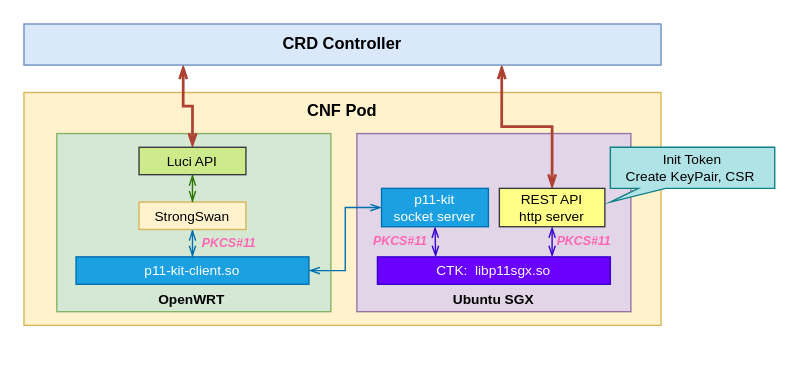
Earlier version of the draw.io diagram page "ipsec-sgx" (1 of 3) of pkcs11-forward.drawio (Airren/ByteGopherComment). Source tidied: cells renumbered, new cells numbered last; positions are measured from the earlier drawing's top-left corner, leaving out a move shared by most shapes. Both pictures are drawn from the tidied source at 137%, with x=0, y=0 at pixel (23, 23).
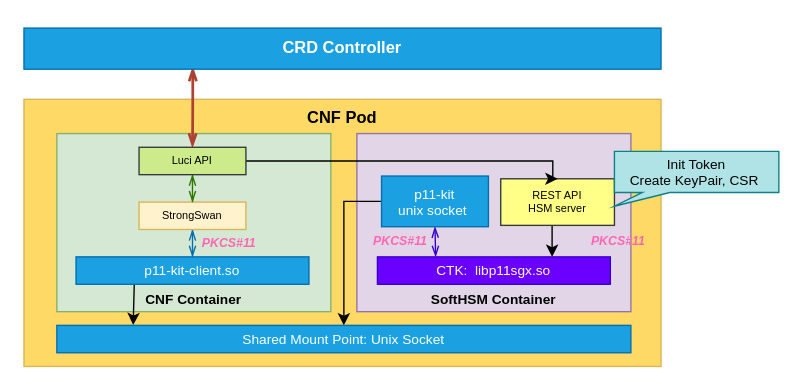
After the change.

The change refers to these unchanged cells:
```xml
<mxCell id="8" value="CTK:&amp;nbsp; libp11sgx.so" style="rounded=0;whiteSpace=wrap;html=1;verticalAlign=middle;fontSize=10;fillColor=#6a00ff;fontColor=#ffffff;strokeColor=#3700CC;" parent="1" vertex="1">
  <mxGeometry x="258" y="170" width="170" height="20" as="geometry" />
</mxCell>
<mxCell id="14" value="p11-kit-client.so" style="rounded=0;whiteSpace=wrap;html=1;verticalAlign=middle;fontSize=10;fillColor=#1ba1e2;fontColor=#ffffff;strokeColor=#006EAF;" parent="1" vertex="1">
  <mxGeometry x="38" y="170" width="170" height="20" as="geometry" />
</mxCell>
```

Change to the diagram source:
```diff
@@
-    <mxCell id="2" value="CNF Pod" style="rounded=0;whiteSpace=wrap;html=1;verticalAlign=top;fontStyle=1;fillColor=#fff2cc;strokeColor=#d6b656;" parent="1" vertex="1">
-      <mxGeometry y="50" width="465" height="170" as="geometry" />
+    <mxCell id="2" value="CNF Pod" style="rounded=0;whiteSpace=wrap;html=1;verticalAlign=top;fontStyle=1;fillColor=#FFD966;strokeColor=#d6b656;" parent="1" vertex="1">
+      <mxGeometry y="55" width="465" height="195" as="geometry" />
     </mxCell>
-    <mxCell id="3" value="Ubuntu SGX" style="rounded=0;whiteSpace=wrap;html=1;verticalAlign=bottom;fontSize=10;fillColor=#e1d5e7;strokeColor=#9673a6;fontStyle=1;" parent="1" vertex="1">
+    <mxCell id="3" value="SoftHSM Container" style="rounded=0;whiteSpace=wrap;html=1;verticalAlign=bottom;fontSize=10;fillColor=#e1d5e7;strokeColor=#9673a6;fontStyle=1;" parent="1" vertex="1">
       <mxGeometry x="243" y="80" width="200" height="130" as="geometry" />
     </mxCell>
-    <mxCell id="4" value="OpenWRT&amp;nbsp;" style="rounded=0;whiteSpace=wrap;html=1;verticalAlign=bottom;fontSize=10;fillColor=#d5e8d4;strokeColor=#82b366;fontStyle=1;" parent="1" vertex="1">
+    <mxCell id="4" value="CNF Container" style="rounded=0;whiteSpace=wrap;html=1;verticalAlign=bottom;fontSize=10;fillColor=#d5e8d4;strokeColor=#82b366;fontStyle=1;" parent="1" vertex="1">
       <mxGeometry x="24" y="80" width="200" height="130" as="geometry" />
     </mxCell>
-    <mxCell id="5" style="edgeStyle=orthogonalEdgeStyle;rounded=0;jettySize=auto;html=1;exitX=0.25;exitY=1;exitDx=0;exitDy=0;entryX=0.5;entryY=0;entryDx=0;entryDy=0;fontSize=10;startArrow=openThin;startFill=0;endArrow=openThin;endFill=0;fillColor=#fad9d5;strokeColor=#ae4132;fontStyle=1;strokeWidth=2;" parent="1" edge="1" source="7" target="18">
+    <mxCell id="5" style="edgeStyle=orthogonalEdgeStyle;rounded=0;jettySize=auto;html=1;exitX=0.265;exitY=0.952;exitDx=0;exitDy=0;entryX=0.5;entryY=0;entryDx=0;entryDy=0;fontSize=10;startArrow=openThin;startFill=0;endArrow=openThin;endFill=0;fillColor=#fad9d5;strokeColor=#ae4132;fontStyle=1;strokeWidth=2;exitPerimeter=0;" parent="1" edge="1" source="7" target="18">
       <mxGeometry relative="1" as="geometry" />
     </mxCell>
-    <mxCell id="6" style="edgeStyle=orthogonalEdgeStyle;rounded=0;jettySize=auto;html=1;exitX=0.75;exitY=1;exitDx=0;exitDy=0;fontSize=10;startArrow=openThin;startFill=0;endArrow=openThin;endFill=0;fillColor=#fad9d5;strokeColor=#ae4132;strokeWidth=2;" parent="1" edge="1" source="7" target="12">
-      <mxGeometry relative="1" as="geometry" />
-    </mxCell>
-    <mxCell id="7" value="CRD Controller" style="rounded=0;whiteSpace=wrap;html=1;fillColor=#dae8fc;strokeColor=#6c8ebf;fontStyle=1;" parent="1" vertex="1">
-      <mxGeometry width="465" height="30" as="geometry" />
+    <mxCell id="7" value="CRD Controller" style="rounded=0;whiteSpace=wrap;html=1;fillColor=#1ba1e2;strokeColor=#006EAF;fontStyle=1;fontColor=#ffffff;" parent="1" vertex="1">
+      <mxGeometry y="3" width="465" height="30" as="geometry" />
     </mxCell>
@@
+    <mxCell id="23" style="edgeStyle=orthogonalEdgeStyle;rounded=0;jettySize=auto;html=1;exitX=0;exitY=0.5;exitDx=0;exitDy=0;" parent="1" edge="1" source="10" target="26">
+      <mxGeometry relative="1" as="geometry" />
+    </mxCell>
-    <mxCell id="10" value="p11-kit &lt;br&gt;socket server" style="rounded=0;whiteSpace=wrap;html=1;verticalAlign=middle;fontSize=10;fillColor=#1ba1e2;fontColor=#ffffff;strokeColor=#006EAF;" parent="1" vertex="1">
-      <mxGeometry x="261" y="120" width="78" height="28" as="geometry" />
+    <mxCell id="10" value="p11-kit &lt;br&gt;unix socket&amp;nbsp;" style="rounded=0;whiteSpace=wrap;html=1;verticalAlign=middle;fontSize=10;fillColor=#1ba1e2;fontColor=#ffffff;strokeColor=#006EAF;" parent="1" vertex="1">
+      <mxGeometry x="261" y="111" width="78" height="37" as="geometry" />
     </mxCell>
-    <mxCell id="11" style="edgeStyle=orthogonalEdgeStyle;rounded=0;jettySize=auto;html=1;exitX=0.5;exitY=1;exitDx=0;exitDy=0;entryX=0.75;entryY=0;entryDx=0;entryDy=0;fontSize=10;startArrow=openThin;startFill=0;endArrow=openThin;endFill=0;strokeWidth=1;fillColor=#6a00ff;strokeColor=#3700CC;" parent="1" edge="1" source="12" target="8">
+    <mxCell id="11" style="edgeStyle=orthogonalEdgeStyle;rounded=0;jettySize=auto;html=1;exitX=0.5;exitY=1;exitDx=0;exitDy=0;entryX=0.75;entryY=0;entryDx=0;entryDy=0;fontSize=10;" parent="1" edge="1" source="12" target="8">
       <mxGeometry relative="1" as="geometry" />
     </mxCell>
-    <mxCell id="12" value="REST API &lt;br&gt;http server" style="rounded=0;whiteSpace=wrap;html=1;verticalAlign=middle;fontSize=10;fillColor=#ffff88;strokeColor=#36393d;" parent="1" vertex="1">
-      <mxGeometry x="347" y="120" width="77" height="28" as="geometry" />
+    <mxCell id="12" value="REST API &lt;br style=&quot;font-size: 8px;&quot;&gt;HSM server" style="rounded=0;whiteSpace=wrap;html=1;verticalAlign=middle;fontSize=8;fillColor=#ffff88;strokeColor=#36393d;" parent="1" vertex="1">
+      <mxGeometry x="348" y="113" width="83" height="34" as="geometry" />
     </mxCell>
-    <mxCell id="13" style="edgeStyle=orthogonalEdgeStyle;rounded=0;jettySize=auto;html=1;exitX=1;exitY=0.5;exitDx=0;exitDy=0;entryX=0;entryY=0.5;entryDx=0;entryDy=0;fontSize=10;startArrow=openThin;startFill=0;endArrow=openThin;endFill=0;fillColor=#1ba1e2;strokeColor=#006EAF;" parent="1" edge="1" source="14" target="10">
-      <mxGeometry relative="1" as="geometry" />
-    </mxCell>
+    <mxCell id="24" style="edgeStyle=orthogonalEdgeStyle;rounded=0;jettySize=auto;html=1;exitX=0.25;exitY=1;exitDx=0;exitDy=0;entryX=0.133;entryY=-0.01;entryDx=0;entryDy=0;entryPerimeter=0;" parent="1" edge="1" source="14" target="26">
+      <mxGeometry relative="1" as="geometry" />
+    </mxCell>
@@
-    <mxCell id="16" value="StrongSwan" style="rounded=0;whiteSpace=wrap;html=1;verticalAlign=middle;fontSize=10;fillColor=#fff2cc;strokeColor=#d6b656;" parent="1" vertex="1">
+    <mxCell id="16" value="StrongSwan" style="rounded=0;whiteSpace=wrap;html=1;verticalAlign=middle;fontSize=8;fillColor=#fff2cc;strokeColor=#d6b656;" parent="1" vertex="1">
       <mxGeometry x="84" y="130" width="78" height="20" as="geometry" />
     </mxCell>
@@
+    <mxCell id="25" style="edgeStyle=orthogonalEdgeStyle;rounded=0;jettySize=auto;html=1;exitX=1;exitY=0.5;exitDx=0;exitDy=0;entryX=0.5;entryY=0;entryDx=0;entryDy=0;" parent="1" edge="1" source="18" target="12">
+      <mxGeometry relative="1" as="geometry">
+        <Array as="points">
+          <mxPoint x="386" y="100" />
+        </Array>
+      </mxGeometry>
+    </mxCell>
-    <mxCell id="18" value="Luci API" style="rounded=0;whiteSpace=wrap;html=1;verticalAlign=middle;fontSize=10;fillColor=#cdeb8b;strokeColor=#36393d;" parent="1" vertex="1">
+    <mxCell id="18" value="Luci API" style="rounded=0;whiteSpace=wrap;html=1;verticalAlign=middle;fontSize=8;fillColor=#cdeb8b;strokeColor=#36393d;" parent="1" vertex="1">
       <mxGeometry x="84" y="90" width="78" height="20" as="geometry" />
     </mxCell>
     <mxCell id="19" value="&lt;span style=&quot;text-align: left&quot;&gt;Init Token&lt;/span&gt;&lt;br style=&quot;text-align: left&quot;&gt;&lt;span style=&quot;text-align: left&quot;&gt;Create KeyPair, CSR&amp;nbsp;&lt;/span&gt;" style="shape=callout;whiteSpace=wrap;html=1;perimeter=calloutPerimeter;fontSize=10;position2=0;size=10;position=0.17;fillColor=#b0e3e6;strokeColor=#0e8088;" parent="1" vertex="1">
-      <mxGeometry x="428" y="90" width="120" height="40" as="geometry" />
+      <mxGeometry x="431" y="93" width="120" height="40" as="geometry" />
     </mxCell>
@@
     <mxCell id="22" value="PKCS#11" style="text;html=1;strokeColor=none;fillColor=none;align=center;verticalAlign=middle;whiteSpace=wrap;rounded=0;fontSize=9;fontStyle=3;fontColor=#FF66B3;" parent="1" vertex="1">
-      <mxGeometry x="386" y="154" width="46" height="10" as="geometry" />
+      <mxGeometry x="411" y="154" width="46" height="10" as="geometry" />
     </mxCell>
+    <mxCell id="26" value="Shared Mount Point: Unix Socket" style="rounded=0;whiteSpace=wrap;html=1;fillColor=#1ba1e2;strokeColor=#006EAF;fontStyle=0;fontColor=#ffffff;fontSize=10;" parent="1" vertex="1">
+      <mxGeometry x="24" y="220" width="419" height="20" as="geometry" />
+    </mxCell>
```
